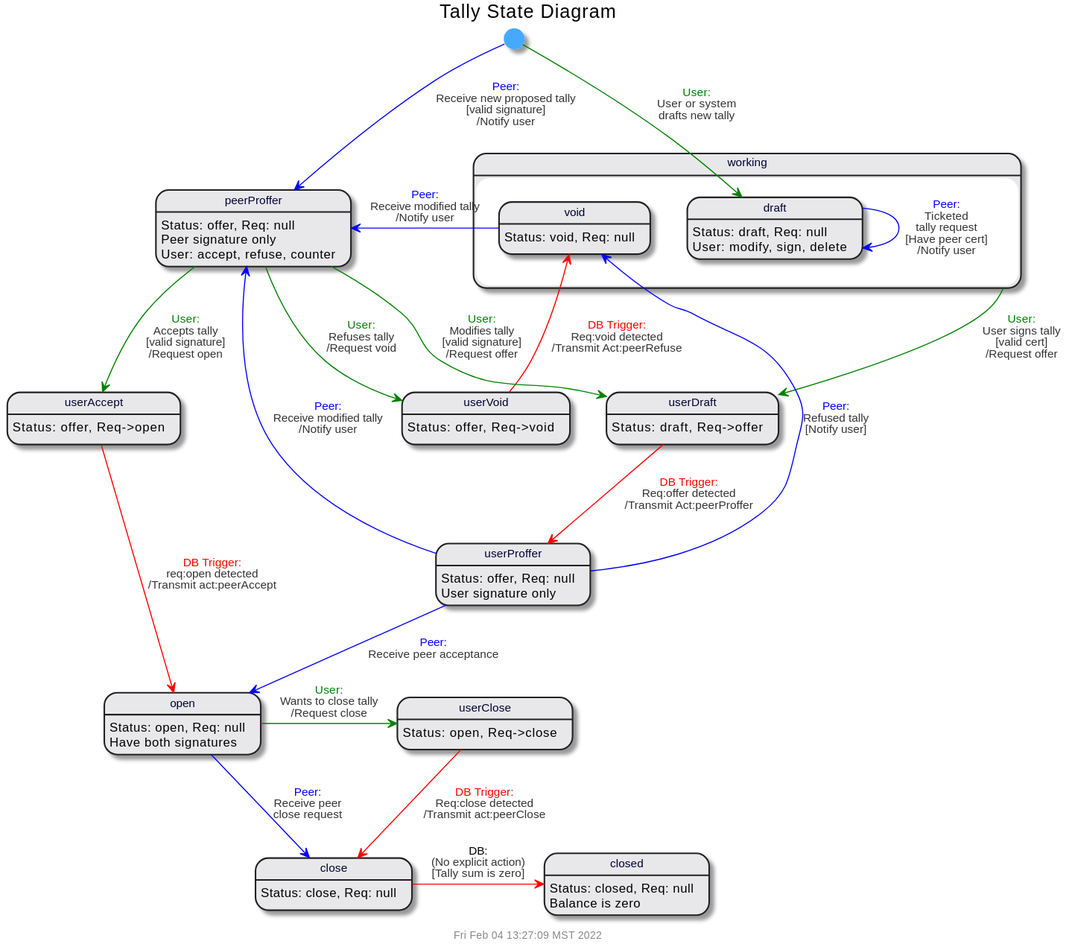
This is doc/uml/state-tally.svg from gotchoices/MyCHIPs, a PlantUML export, as it was before one commit.
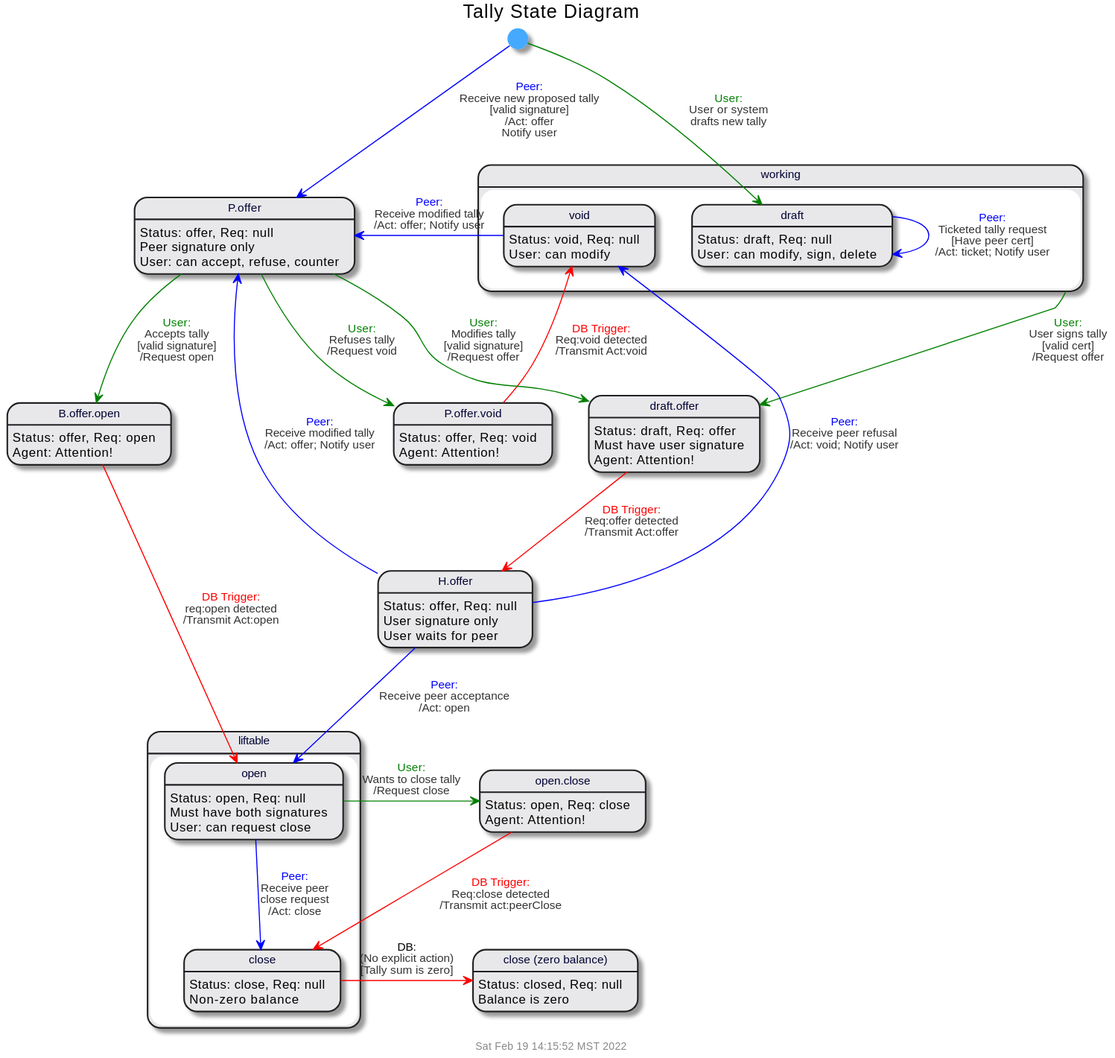
Above is the later version.

The edit, as a diff of the source:
```diff
@@ -2,49 +2,81 @@
 !include common.puml
 
 $title(Tally State Diagram)
+state "P.offer.void" as userVoid
+state "B.offer.open" as userAccept
+state "draft.offer" as userDraft
+state "open.close" as userClose
+state working {
+  state "draft" as draft
+  state "void" as void
+}
+state liftable {
+  state "open" as open
+  state "close" as close
+}
+state "P.offer" as peerProffer
+state "H.offer" as userProffer
+state "close (zero balance)" as closed
 
-userVoid : Status: offer, Req->void
-userAccept : Status: offer, Req->open
-userDraft : Status: draft, Req->offer
-userClose : Status: open, Req->close
-state working {
-  draft : Status: draft, Req: null
-  draft : User: modify, sign, delete
-  void : Status: void, Req: null
-}
-open : Status: open, Req: null
-open : Have both signatures
-close : Status: close, Req: null
+userVoid : Status: offer, Req: void
+userVoid : Agent: Attention!
+
+userAccept : Status: offer, Req: open
+userAccept : Agent: Attention!
+
+userDraft : Status: draft, Req: offer
+userDraft : Must have user signature
+userDraft : Agent: Attention!
+
+userClose : Status: open, Req: close
+userClose : Agent: Attention!
+
+draft : Status: draft, Req: null
+draft : User: can modify, sign, delete
+
+void : Status: void, Req: null
+void : User: can modify
+
 peerProffer : Status: offer, Req: null
 peerProffer : Peer signature only
-peerProffer : User: accept, refuse, counter
+peerProffer : User: can accept, refuse, counter
+
 userProffer : Status: offer, Req: null
 userProffer : User signature only
+userProffer : User waits for peer
+
+open : Status: open, Req: null
+open : Must have both signatures
+open : User: can request close
+
+close : Status: close, Req: null
+close : Non-zero balance
+
 closed : Status: closed, Req: null
 closed : Balance is zero
 
 [*] -[$user]-> draft : $trans($user,User or system\ndrafts new tally)
-[*] -[$peer]-> peerProffer : $trans($peer,Receive new proposed tally,valid signature,Notify user)
+[*] -[$peer]-> peerProffer : $trans($peer,Receive new proposed tally,valid signature,Act: offer\nNotify user)
 working -[$user]-> userDraft : $trans($user,User signs tally,valid cert,Request offer)
 
-draft -[$peer]-> draft : $trans($peer,Ticketed\ntally request,Have peer cert, Notify user)
-userVoid -[$db]-> void : $trans($db,Req:void detected,'',Transmit Act:peerRefuse)
+draft -[$peer]-> draft : $trans($peer,Ticketed tally request,Have peer cert, Act: ticket; Notify user)
+userVoid -[$db]-> void : $trans($db,Req:void detected,'',Transmit Act:void)
 
 peerProffer -[$user]-> userVoid : $trans($user,Refuses tally, '', Request void)
 peerProffer -[$user]-> userDraft : $trans($user,Modifies tally,valid signature, Request offer)
 peerProffer -[$user]-> userAccept : $trans($user,Accepts tally,valid signature, Request open)
 
-userAccept -[$db]-> open : $trans($db,req:open detected,'',Transmit act:peerAccept)
+userAccept -[$db]-> open : $trans($db,req:open detected,'',Transmit Act:open)
 
-userDraft -[$db]-> userProffer : $trans($db,Req:offer detected,,Transmit Act:peerProffer)
+userDraft -[$db]-> userProffer : $trans($db,Req:offer detected,,Transmit Act:offer)
 
-userProffer -[$peer]-> open : $trans($peer, Receive peer acceptance)
-userProffer -[$peer]-> void : $trans($peer,"Refused tally",Notify user)
-userProffer -[$peer]-> peerProffer : $trans($peer,Receive modified tally,'',Notify user)
-void -[$peer]-> peerProffer : $trans($peer,Receive modified tally,'',Notify user)
+userProffer -[$peer]-> open : $trans($peer, Receive peer acceptance, '', Act: open)
+userProffer -[$peer]-> void : $trans($peer,Receive peer refusal, '', Act: void; Notify user)
+userProffer -[$peer]-> peerProffer : $trans($peer,Receive modified tally, '', Act: offer; Notify user)
+void -[$peer]-> peerProffer : $trans($peer,Receive modified tally,'', Act: offer; Notify user)
 
 open -right[$user]-> userClose : $trans($user, Wants to close tally, '', Request close)
-open -[$peer]-> close : $trans($peer,Receive peer\nclose request)
+open -[$peer]-> close : $trans($peer,Receive peer\nclose request, '', Act: close)
 userClose -[$db]-> close : $trans($db,Req:close detected,'',Transmit act:peerClose)
 close -right[$db]-> closed : $trans(DB,'(No explicit action)',Tally sum is zero)
 
```
